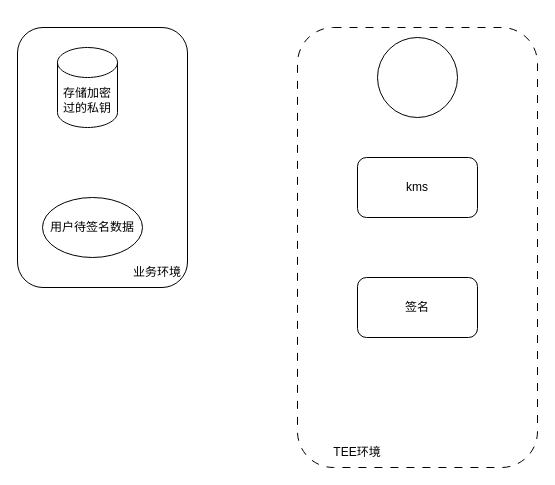
ZiHengLee/drawio keeps this draw.io diagram as 签名方案.drawio. Above is the earlier version. Source tidied: cells renumbered, new cells numbered last; positions are measured from the earlier drawing's top-left corner, leaving out a move shared by most shapes. Both pictures are drawn from the tidied source at 100%, with x=0, y=0 at pixel (17, 27).
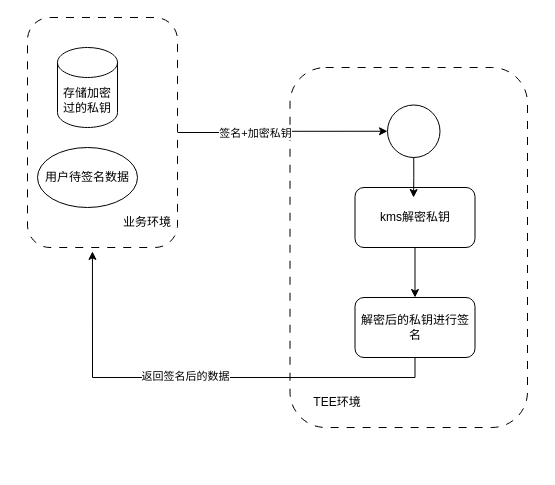
The same page after the edit.

Commit message (it also covers changes not shown here):
更新签名方案.drawio

Diff of the diagram source:
```diff
@@
 <mxGraphModel>
   <root>
     <mxCell id="0" />
     <mxCell id="1" parent="0" />
     <mxCell id="2" style="rounded=1;whiteSpace=wrap;html=1;dashed=1;dashPattern=8 8;" parent="1" vertex="1">
-      <mxGeometry x="280" width="240" height="440" as="geometry" />
+      <mxGeometry x="272.5" y="40" width="237.5" height="360" as="geometry" />
     </mxCell>
+    <mxCell id="11" style="edgeStyle=orthogonalEdgeStyle;rounded=0;jettySize=auto;html=1;exitX=0.5;exitY=1;exitDx=0;exitDy=0;entryX=0.5;entryY=0;entryDx=0;entryDy=0;" parent="1" edge="1" source="3" target="7">
+      <mxGeometry relative="1" as="geometry" />
+    </mxCell>
-    <mxCell id="3" value="kms" style="rounded=1;whiteSpace=wrap;html=1;" parent="1" vertex="1">
-      <mxGeometry x="340" y="130" width="120" height="60" as="geometry" />
+    <mxCell id="3" value="kms解密私钥" style="rounded=1;whiteSpace=wrap;html=1;" parent="1" vertex="1">
+      <mxGeometry x="337.5" y="160" width="120" height="60" as="geometry" />
     </mxCell>
     <mxCell id="4" value="存储加密过的私钥" style="shape=cylinder3;whiteSpace=wrap;html=1;boundedLbl=1;backgroundOutline=1;size=15;" parent="1" vertex="1">
       <mxGeometry x="40" y="20" width="60" height="80" as="geometry" />
     </mxCell>
     <mxCell id="5" value="用户待签名数据" style="ellipse;whiteSpace=wrap;html=1;" parent="1" vertex="1">
-      <mxGeometry x="25" y="170" width="100" height="60" as="geometry" />
+      <mxGeometry x="20" y="120" width="100" height="60" as="geometry" />
     </mxCell>
     <mxCell id="6" style="ellipse;whiteSpace=wrap;html=1;" parent="1" vertex="1">
-      <mxGeometry x="360" y="10" width="80" height="80" as="geometry" />
+      <mxGeometry x="370" y="77.5" width="52.5" height="52.5" as="geometry" />
     </mxCell>
-    <mxCell id="7" value="签名" style="rounded=1;whiteSpace=wrap;html=1;" parent="1" vertex="1">
-      <mxGeometry x="340" y="250" width="120" height="60" as="geometry" />
+    <mxCell id="7" value="解密后的私钥进行签名" style="rounded=1;whiteSpace=wrap;html=1;" parent="1" vertex="1">
+      <mxGeometry x="337.5" y="270" width="120" height="60" as="geometry" />
     </mxCell>
     <mxCell id="8" value="TEE环境" style="text;html=1;align=center;verticalAlign=middle;whiteSpace=wrap;rounded=0;" parent="1" vertex="1">
-      <mxGeometry x="310" y="410" width="60" height="30" as="geometry" />
+      <mxGeometry x="290" y="360" width="60" height="30" as="geometry" />
     </mxCell>
+    <mxCell id="12" style="edgeStyle=orthogonalEdgeStyle;rounded=0;jettySize=auto;html=1;exitX=1;exitY=0.5;exitDx=0;exitDy=0;entryX=0;entryY=0.5;entryDx=0;entryDy=0;" parent="1" edge="1" source="9" target="6">
+      <mxGeometry relative="1" as="geometry" />
+    </mxCell>
+    <mxCell id="13" value="签名+加密私钥" style="edgeLabel;html=1;align=center;verticalAlign=middle;" parent="12" vertex="1">
+      <mxGeometry x="-0.27" relative="1" as="geometry" />
+    </mxCell>
-    <mxCell id="9" style="rounded=1;whiteSpace=wrap;html=1;fillColor=none;" parent="1" vertex="1">
-      <mxGeometry width="170" height="260" as="geometry" />
+    <mxCell id="9" style="rounded=1;whiteSpace=wrap;html=1;fillColor=none;dashed=1;dashPattern=8 8;" parent="1" vertex="1">
+      <mxGeometry x="10" y="-10" width="150" height="230" as="geometry" />
     </mxCell>
     <mxCell id="10" value="业务环境" style="text;html=1;align=center;verticalAlign=middle;whiteSpace=wrap;rounded=0;" parent="1" vertex="1">
-      <mxGeometry x="110" y="230" width="60" height="30" as="geometry" />
+      <mxGeometry x="100" y="180" width="60" height="30" as="geometry" />
     </mxCell>
+    <mxCell id="14" style="edgeStyle=orthogonalEdgeStyle;rounded=0;orthogonalLoop=1;jettySize=auto;html=1;exitX=0.5;exitY=1;exitDx=0;exitDy=0;" parent="1" edge="1" source="9" target="9">
+      <mxGeometry relative="1" as="geometry" />
+    </mxCell>
+    <mxCell id="15" style="edgeStyle=orthogonalEdgeStyle;rounded=0;orthogonalLoop=1;jettySize=auto;html=1;exitX=0.5;exitY=1;exitDx=0;exitDy=0;" parent="1" edge="1" source="9" target="9">
+      <mxGeometry relative="1" as="geometry" />
+    </mxCell>
+    <mxCell id="16" style="edgeStyle=orthogonalEdgeStyle;rounded=0;jettySize=auto;html=1;exitX=0.5;exitY=1;exitDx=0;exitDy=0;entryX=0.488;entryY=0.167;entryDx=0;entryDy=0;entryPerimeter=0;" parent="1" edge="1" source="6" target="3">
+      <mxGeometry relative="1" as="geometry" />
+    </mxCell>
+    <mxCell id="17" style="edgeStyle=orthogonalEdgeStyle;rounded=0;jettySize=auto;html=1;exitX=0.5;exitY=1;exitDx=0;exitDy=0;entryX=0.433;entryY=1.017;entryDx=0;entryDy=0;entryPerimeter=0;" parent="1" edge="1" source="7" target="9">
+      <mxGeometry relative="1" as="geometry" />
+    </mxCell>
+    <mxCell id="18" value="返回签名后的数据" style="edgeLabel;html=1;align=center;verticalAlign=middle;" parent="17" vertex="1">
+      <mxGeometry x="0.07" y="-2" relative="1" as="geometry">
+        <mxPoint x="1" as="offset" />
+      </mxGeometry>
+    </mxCell>
   </root>
 </mxGraphModel>
```
